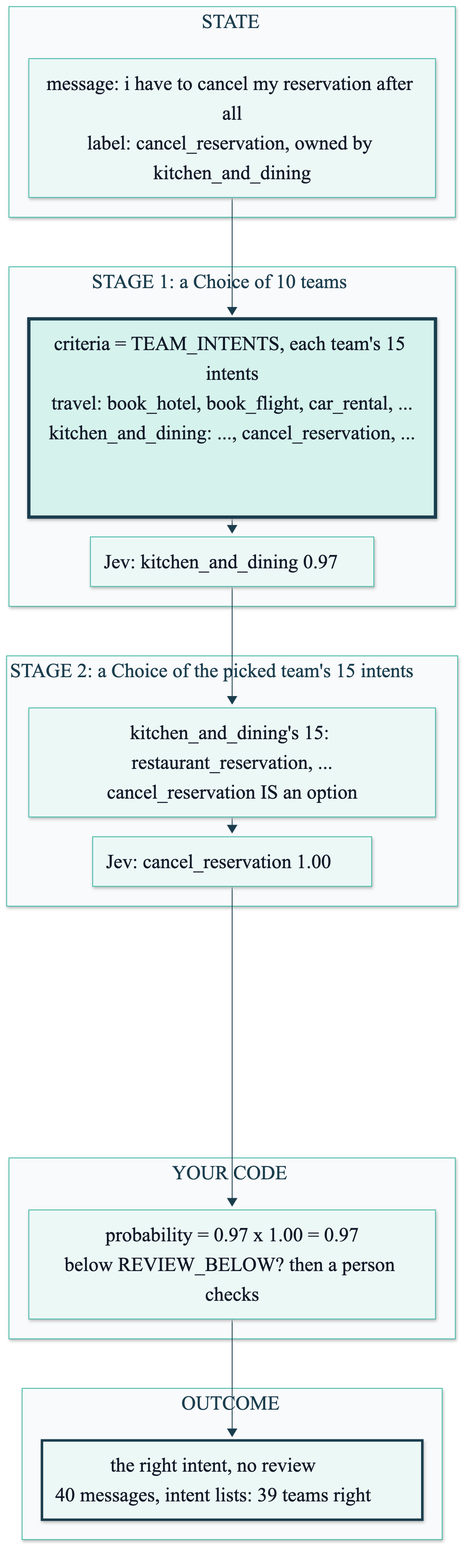
This is course/diagrams/module_02/p3-solution-criteria-as-data.png from axel-sirota/getting_started_jev, a Mermaid export, as it was before one commit. Its source is kept beside it as course/diagrams/module_02/p3-solution-criteria-as-data.mmd.
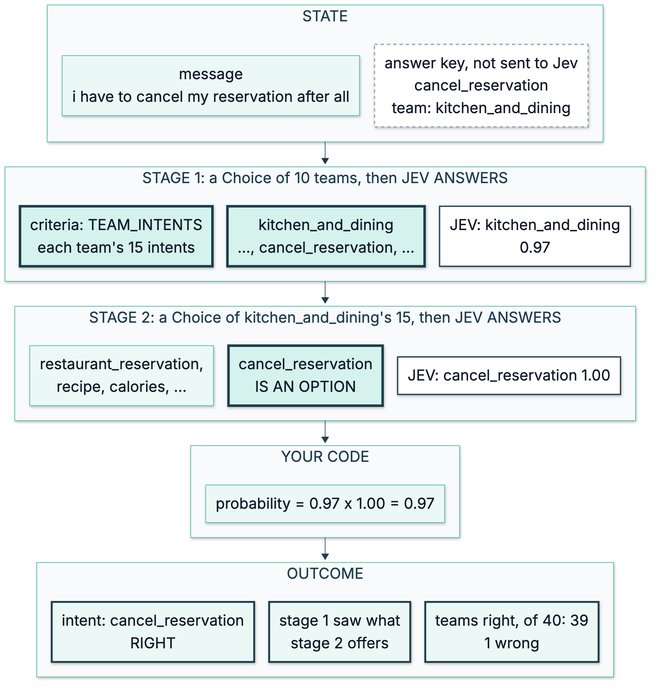
Above is the later version.

What changed in the source:
```diff
@@ -1,26 +1,43 @@
 %%{init: {"theme": "base", "themeVariables": {"fontFamily": "Inter, sans-serif", "primaryColor": "#ECF8F6", "primaryBorderColor": "#40B8A6", "primaryTextColor": "#111827", "lineColor": "#1A3D4D", "secondaryColor": "#F9FAFB", "tertiaryColor": "#FFFFFF", "clusterBkg": "#F9FAFB", "clusterBorder": "#D1D5DB", "actorBkg": "#ECF8F6", "actorBorder": "#40B8A6", "noteBkgColor": "#FFF6DA", "noteBorderColor": "#E0B84C"}}}%%
-flowchart TD
+flowchart TB
   subgraph STATE["STATE"]
-    S["message: i have to cancel my reservation after all<br/>label: cancel_reservation, owned by kitchen_and_dining"]
+    direction LR
+    S1["message<br/>i have to cancel my reservation after all"]
+    S2["answer key, not sent to Jev<br/>cancel_reservation<br/>team: kitchen_and_dining"]
+    S1 ~~~ S2
   end
-  subgraph STAGE1["STAGE 1: a Choice of 10 teams"]
-    T["criteria = TEAM_INTENTS, each team's 15 intents<br/>travel: book_hotel, book_flight, car_rental, ...<br/>kitchen_and_dining: ..., cancel_reservation, ..."]
-    TA["Jev: kitchen_and_dining 0.97"]
+  subgraph STAGE1["STAGE 1: a Choice of 10 teams, then JEV ANSWERS"]
+    direction LR
+    T1["criteria: TEAM_INTENTS<br/>each team's 15 intents"]
+    T2["kitchen_and_dining<br/>..., cancel_reservation, ..."]
+    T3["JEV: kitchen_and_dining<br/>0.97"]
+    T1 ~~~ T2 ~~~ T3
   end
-  subgraph STAGE2["STAGE 2: a Choice of the picked team's 15 intents"]
-    I["kitchen_and_dining's 15: restaurant_reservation, ...<br/>cancel_reservation IS an option"]
-    IA["Jev: cancel_reservation 1.00"]
+  subgraph STAGE2["STAGE 2: a Choice of kitchen_and_dining's 15, then JEV ANSWERS"]
+    direction LR
+    I1["restaurant_reservation,<br/>recipe, calories, ..."]
+    I2["cancel_reservation<br/>IS AN OPTION"]
+    I3["JEV: cancel_reservation 1.00"]
+    I1 ~~~ I2 ~~~ I3
   end
   subgraph CODE["YOUR CODE"]
-    P["probability = 0.97 x 1.00 = 0.97<br/>below REVIEW_BELOW? then a person checks"]
+    direction LR
+    P["probability = 0.97 x 1.00 = 0.97"]
   end
   subgraph OUTCOME["OUTCOME"]
-    O["the right intent, no review<br/>40 messages, intent lists: 39 teams right"]
+    direction LR
+    O1["intent: cancel_reservation<br/>RIGHT"]
+    O2["stage 1 saw what<br/>stage 2 offers"]
+    O3["teams right, of 40: 39<br/>1 wrong"]
+    O1 ~~~ O2 ~~~ O3
   end
-  S --> T --> TA --> I --> IA --> P --> O
+  STATE --> STAGE1 --> STAGE2 --> CODE --> OUTCOME
 
-  classDef fail fill:#FDECEA,stroke:#B42318,stroke-width:4px
   classDef changed fill:#D5F2EC,stroke:#1A3D4D,stroke-width:4px
+  classDef score fill:#FFFFFF,stroke:#1A3D4D,stroke-width:2px
   classDef ok fill:#ECF8F6,stroke:#1A3D4D,stroke-width:3px
-  class T changed
-  class O ok
+  class T1,T2,I2 changed
+  class T3,I3 score
+  class O1,O2,O3 ok
+  classDef key fill:#FFFFFF,stroke:#9CA3AF,stroke-width:2px,stroke-dasharray:5 5
+  class S2 key
```
